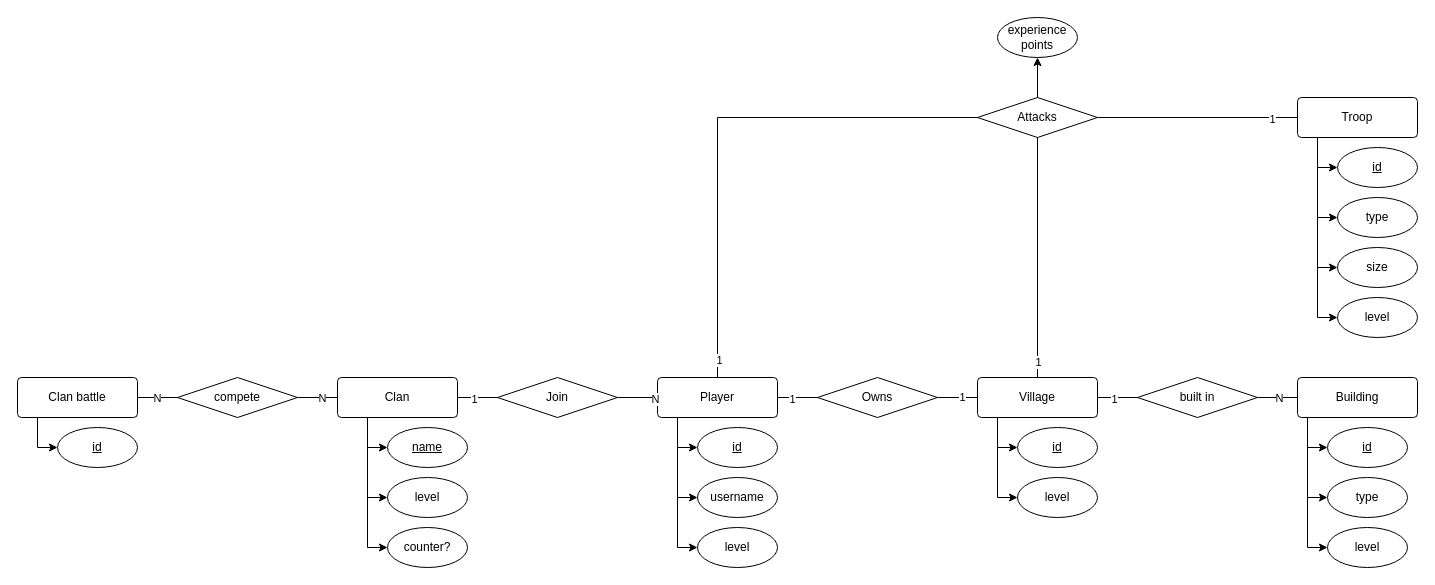
Earlier version of the draw.io diagram assignment_01/1.drawio (leoforster10010/UdS_BDE). Source tidied: cells renumbered, new cells numbered last; positions are measured from the earlier drawing's top-left corner, leaving out a move shared by most shapes. Both pictures are drawn from the tidied source at 100%, with x=0, y=0 at pixel (17, 17).
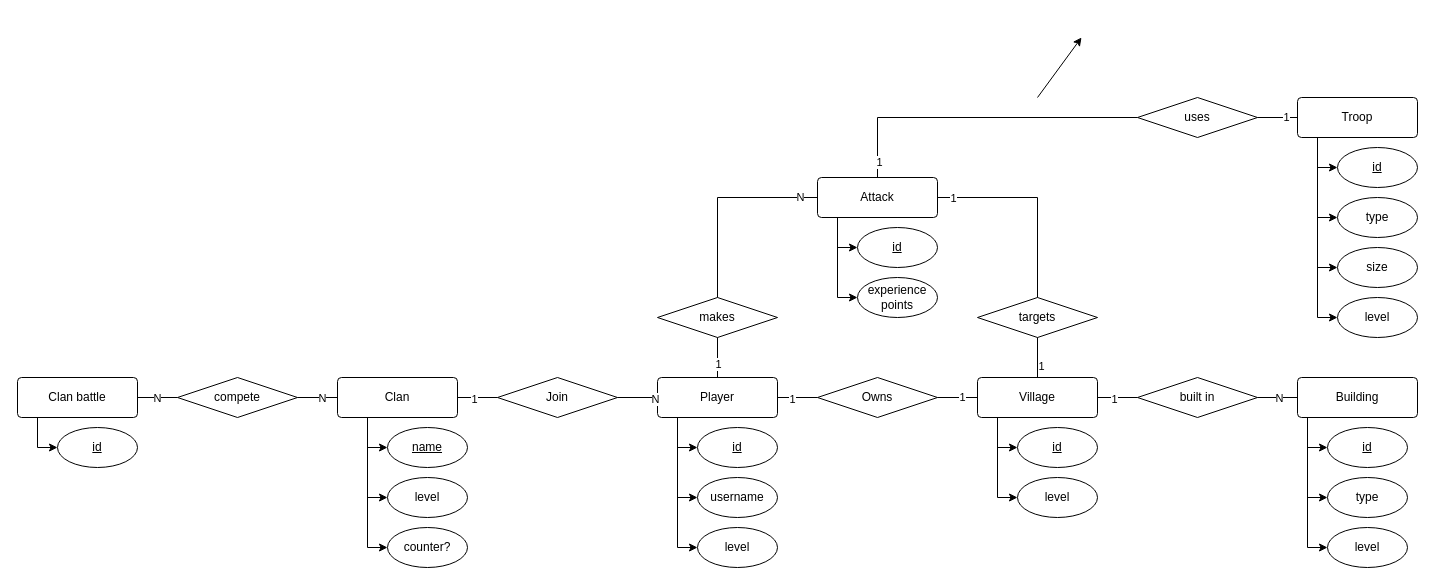
The same diagram, later.

The change refers to these unchanged cells:
```xml
<mxCell id="5" value="Player" style="rounded=1;arcSize=10;whiteSpace=wrap;html=1;align=center;" parent="1" vertex="1">
  <mxGeometry x="640" y="360" width="120" height="40" as="geometry" />
</mxCell>
<mxCell id="10" value="Village" style="rounded=1;arcSize=10;whiteSpace=wrap;html=1;align=center;" parent="1" vertex="1">
  <mxGeometry x="960" y="360" width="120" height="40" as="geometry" />
</mxCell>
<mxCell id="25" value="Troop" style="rounded=1;arcSize=10;whiteSpace=wrap;html=1;align=center;" parent="1" vertex="1">
  <mxGeometry x="1280" y="80" width="120" height="40" as="geometry" />
</mxCell>
```

The edit, as a diff of the source:
```diff
@@
-    <mxCell id="60" value="Attacks" style="shape=rhombus;perimeter=rhombusPerimeter;whiteSpace=wrap;html=1;align=center;" parent="1" vertex="1">
-      <mxGeometry x="960" y="80" width="120" height="40" as="geometry" />
-    </mxCell>
-    <mxCell id="61" style="endArrow=none;html=1;rounded=0;exitX=0.5;exitY=0;exitDx=0;exitDy=0;entryX=0;entryY=0.5;entryDx=0;entryDy=0;edgeStyle=orthogonalEdgeStyle;" parent="1" edge="1" source="5" target="60">
-      <mxGeometry relative="1" as="geometry" />
-    </mxCell>
-    <mxCell id="62" value="1" style="edgeLabel;html=1;align=center;verticalAlign=middle;" parent="61" vertex="1">
-      <mxGeometry x="-0.93" y="-1" relative="1" as="geometry" />
-    </mxCell>
-    <mxCell id="63" style="endArrow=none;html=1;rounded=0;entryX=0;entryY=0.5;entryDx=0;entryDy=0;exitX=1;exitY=0.5;exitDx=0;exitDy=0;" parent="1" edge="1" source="60" target="25">
-      <mxGeometry relative="1" as="geometry" />
-    </mxCell>
-    <mxCell id="64" value="1" style="edgeLabel;html=1;align=center;verticalAlign=middle;" parent="63" vertex="1">
-      <mxGeometry x="0.74" y="-1" relative="1" as="geometry" />
-    </mxCell>
-    <mxCell id="65" style="endArrow=none;html=1;rounded=0;entryX=0.5;entryY=0;entryDx=0;entryDy=0;exitX=0.5;exitY=1;exitDx=0;exitDy=0;" parent="1" edge="1" source="60" target="10">
-      <mxGeometry relative="1" as="geometry" />
-    </mxCell>
-    <mxCell id="66" value="1" style="edgeLabel;html=1;align=center;verticalAlign=middle;" parent="65" vertex="1">
-      <mxGeometry x="0.87" relative="1" as="geometry" />
-    </mxCell>
-    <mxCell id="67" style="endArrow=classic;html=1;rounded=0;exitX=0.5;exitY=0;exitDx=0;exitDy=0;entryX=0.5;entryY=1;entryDx=0;entryDy=0;" parent="1" edge="1" source="60" target="68">
-      <mxGeometry relative="1" as="geometry" />
+    <mxCell id="67" style="endArrow=classic;html=1;rounded=0;exitX=0.5;exitY=0;exitDx=0;exitDy=0;entryX=0.5;entryY=1;entryDx=0;entryDy=0;" parent="1" edge="1">
+      <mxGeometry relative="1" as="geometry">
+        <mxPoint x="1020" y="80" as="sourcePoint" />
+        <mxPoint x="1064" y="20" as="targetPoint" />
+      </mxGeometry>
     </mxCell>
+    <mxCell id="69" style="edgeStyle=orthogonalEdgeStyle;rounded=0;jettySize=auto;html=1;exitX=0.25;exitY=1;exitDx=0;exitDy=0;entryX=0;entryY=0.5;entryDx=0;entryDy=0;" parent="1" edge="1" source="71" target="68">
+      <mxGeometry relative="1" as="geometry">
+        <Array as="points">
+          <mxPoint x="820" y="200" />
+          <mxPoint x="820" y="280" />
+        </Array>
+      </mxGeometry>
+    </mxCell>
+    <mxCell id="70" style="edgeStyle=orthogonalEdgeStyle;rounded=0;jettySize=auto;html=1;exitX=0.25;exitY=1;exitDx=0;exitDy=0;entryX=0;entryY=0.5;entryDx=0;entryDy=0;" parent="1" edge="1" source="71" target="72">
+      <mxGeometry relative="1" as="geometry">
+        <Array as="points">
+          <mxPoint x="820" y="200" />
+          <mxPoint x="820" y="230" />
+        </Array>
+      </mxGeometry>
+    </mxCell>
+    <mxCell id="71" value="Attack" style="rounded=1;arcSize=10;whiteSpace=wrap;html=1;align=center;" parent="1" vertex="1">
+      <mxGeometry x="800" y="160" width="120" height="40" as="geometry" />
+    </mxCell>
+    <mxCell id="72" value="&lt;u&gt;id&lt;/u&gt;" style="ellipse;whiteSpace=wrap;html=1;align=center;" parent="1" vertex="1">
+      <mxGeometry x="840" y="210" width="80" height="40" as="geometry" />
+    </mxCell>
     <mxCell id="68" value="experience points" style="ellipse;whiteSpace=wrap;html=1;align=center;" parent="1" vertex="1">
-      <mxGeometry x="980" width="80" height="40" as="geometry" />
+      <mxGeometry x="840" y="260" width="80" height="40" as="geometry" />
     </mxCell>
+    <mxCell id="73" value="makes" style="shape=rhombus;perimeter=rhombusPerimeter;whiteSpace=wrap;html=1;align=center;" parent="1" vertex="1">
+      <mxGeometry x="640" y="280" width="120" height="40" as="geometry" />
+    </mxCell>
+    <mxCell id="74" style="endArrow=none;html=1;rounded=0;entryX=0.5;entryY=1;entryDx=0;entryDy=0;exitX=0.5;exitY=0;exitDx=0;exitDy=0;edgeStyle=orthogonalEdgeStyle;" parent="1" edge="1" source="5" target="73">
+      <mxGeometry relative="1" as="geometry" />
+    </mxCell>
+    <mxCell id="75" value="1" style="edgeLabel;html=1;align=center;verticalAlign=middle;" parent="74" vertex="1">
+      <mxGeometry x="-0.31" relative="1" as="geometry" />
+    </mxCell>
+    <mxCell id="76" value="uses" style="shape=rhombus;perimeter=rhombusPerimeter;whiteSpace=wrap;html=1;align=center;" parent="1" vertex="1">
+      <mxGeometry x="1120" y="80" width="120" height="40" as="geometry" />
+    </mxCell>
+    <mxCell id="77" style="endArrow=none;html=1;rounded=0;entryX=0;entryY=0.5;entryDx=0;entryDy=0;exitX=1;exitY=0.5;exitDx=0;exitDy=0;" parent="1" edge="1" source="76" target="25">
+      <mxGeometry relative="1" as="geometry" />
+    </mxCell>
+    <mxCell id="78" value="1" style="edgeLabel;html=1;align=center;verticalAlign=middle;" parent="77" vertex="1">
+      <mxGeometry x="0.39" y="1" relative="1" as="geometry" />
+    </mxCell>
+    <mxCell id="79" style="endArrow=none;html=1;rounded=0;entryX=0;entryY=0.5;entryDx=0;entryDy=0;exitX=0.5;exitY=0;exitDx=0;exitDy=0;edgeStyle=orthogonalEdgeStyle;" parent="1" edge="1" source="71" target="76">
+      <mxGeometry relative="1" as="geometry" />
+    </mxCell>
+    <mxCell id="80" value="1" style="edgeLabel;html=1;align=center;verticalAlign=middle;" parent="79" vertex="1">
+      <mxGeometry x="-0.9" y="-1" relative="1" as="geometry" />
+    </mxCell>
+    <mxCell id="81" value="targets" style="shape=rhombus;perimeter=rhombusPerimeter;whiteSpace=wrap;html=1;align=center;" parent="1" vertex="1">
+      <mxGeometry x="960" y="280" width="120" height="40" as="geometry" />
+    </mxCell>
+    <mxCell id="82" style="endArrow=none;html=1;rounded=0;entryX=0;entryY=0.5;entryDx=0;entryDy=0;exitX=0.5;exitY=0;exitDx=0;exitDy=0;edgeStyle=orthogonalEdgeStyle;" parent="1" edge="1" source="73" target="71">
+      <mxGeometry relative="1" as="geometry" />
+    </mxCell>
+    <mxCell id="83" value="N" style="edgeLabel;html=1;align=center;verticalAlign=middle;" parent="82" vertex="1">
+      <mxGeometry x="0.82" y="1" relative="1" as="geometry" />
+    </mxCell>
+    <mxCell id="84" style="endArrow=none;html=1;rounded=0;exitX=0.5;exitY=0;exitDx=0;exitDy=0;entryX=1;entryY=0.5;entryDx=0;entryDy=0;edgeStyle=orthogonalEdgeStyle;" parent="1" edge="1" source="81" target="71">
+      <mxGeometry relative="1" as="geometry" />
+    </mxCell>
+    <mxCell id="85" value="1" style="edgeLabel;html=1;align=center;verticalAlign=middle;" parent="84" vertex="1">
+      <mxGeometry x="0.85" relative="1" as="geometry" />
+    </mxCell>
+    <mxCell id="86" style="endArrow=none;html=1;rounded=0;exitX=0.5;exitY=0;exitDx=0;exitDy=0;entryX=0.5;entryY=1;entryDx=0;entryDy=0;edgeStyle=orthogonalEdgeStyle;" parent="1" edge="1" source="10" target="81">
+      <mxGeometry relative="1" as="geometry" />
+    </mxCell>
+    <mxCell id="87" value="1" style="edgeLabel;html=1;align=center;verticalAlign=middle;" parent="86" vertex="1">
+      <mxGeometry x="-0.4" y="-3" relative="1" as="geometry" />
+    </mxCell>
```
